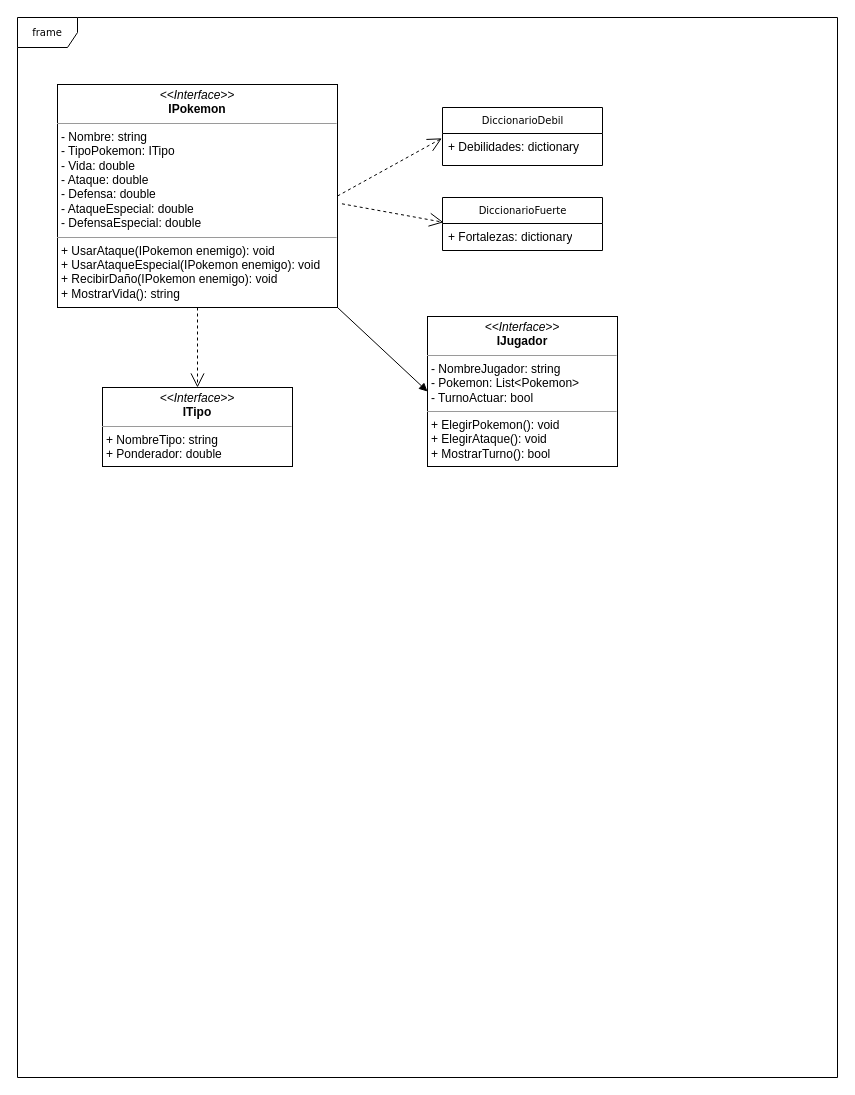
Above: EntregaUno/Diagrama Primera Entrega.drawio in ucudal/pii_2024_2_equipo16 (draw.io), before the change. Source tidied: cells renumbered, new cells numbered last; positions are measured from the earlier drawing's top-left corner, leaving out a move shared by most shapes. Both pictures are drawn from the tidied source at 100%, with x=0, y=0 at pixel (17, 17).
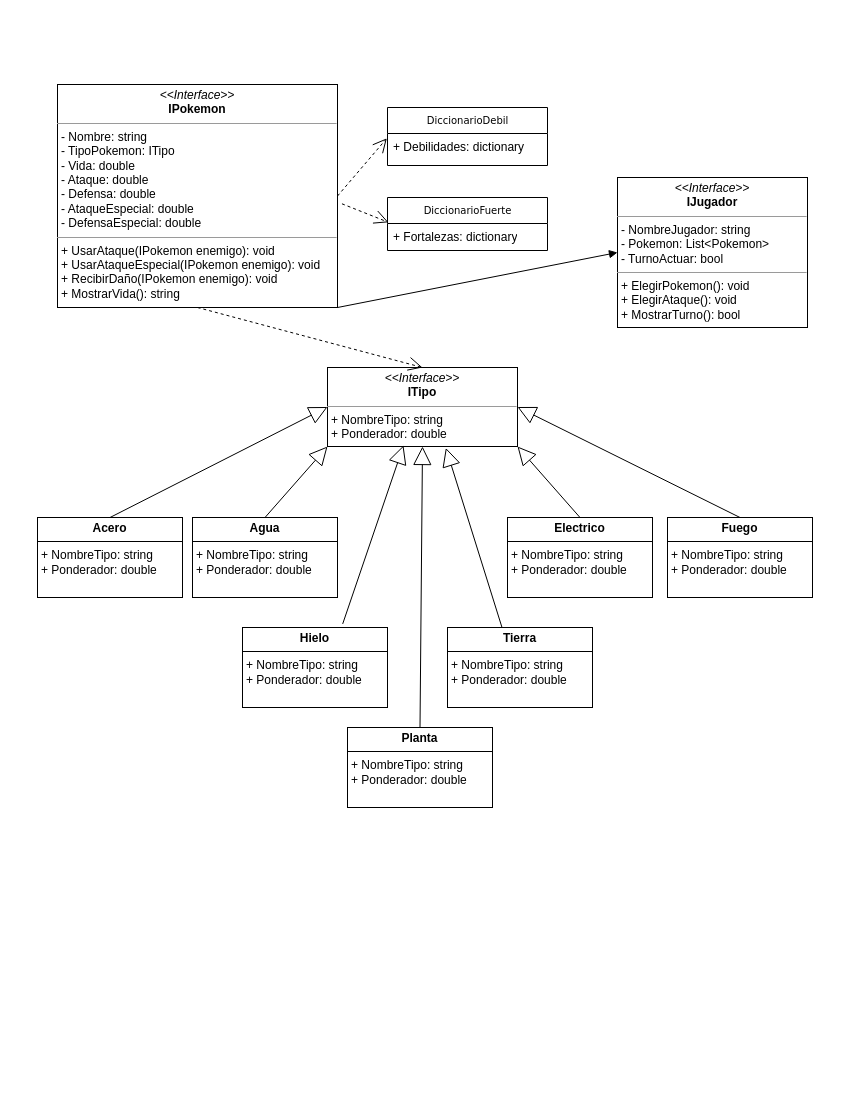
After the change.

The edit, as a diff of the source:
```diff
@@
-    <mxCell id="2" value="frame" style="shape=umlFrame;whiteSpace=wrap;html=1;rounded=0;shadow=0;comic=0;labelBackgroundColor=none;strokeWidth=1;fontFamily=Verdana;fontSize=10;align=center;" parent="1" vertex="1">
-      <mxGeometry width="820" height="1060" as="geometry" />
-    </mxCell>
     <mxCell id="3" value="DiccionarioDebil" style="swimlane;html=1;fontStyle=0;horizontal=1;startSize=26;fillColor=none;swimlaneFillColor=#ffffff;rounded=0;shadow=0;comic=0;labelBackgroundColor=none;strokeWidth=1;fontFamily=Verdana;fontSize=10;align=center;" parent="1" vertex="1">
-      <mxGeometry x="425" y="90" width="160" height="58" as="geometry" />
+      <mxGeometry x="370" y="90" width="160" height="58" as="geometry" />
     </mxCell>
@@
     <mxCell id="5" value="DiccionarioFuerte" style="swimlane;html=1;fontStyle=0;horizontal=1;startSize=26;fillColor=none;swimlaneFillColor=#ffffff;rounded=0;shadow=0;comic=0;labelBackgroundColor=none;strokeWidth=1;fontFamily=Verdana;fontSize=10;align=center;" parent="1" vertex="1">
-      <mxGeometry x="425" y="180" width="160" height="53" as="geometry" />
+      <mxGeometry x="370" y="180" width="160" height="53" as="geometry" />
     </mxCell>
@@
     <mxCell id="7" value="&lt;p style=&quot;margin:0px;margin-top:4px;text-align:center;&quot;&gt;&lt;i&gt;&amp;lt;&amp;lt;Interface&amp;gt;&amp;gt;&lt;/i&gt;&lt;br&gt;&lt;b&gt;IJugador&lt;/b&gt;&lt;/p&gt;&lt;hr size=&quot;1&quot;&gt;&lt;p style=&quot;margin:0px;margin-left:4px;&quot;&gt;- NombreJugador: string&lt;br&gt;- Pokemon: List&amp;lt;Pokemon&amp;gt;&lt;/p&gt;&lt;p style=&quot;margin:0px;margin-left:4px;&quot;&gt;- TurnoActuar: bool&lt;/p&gt;&lt;hr size=&quot;1&quot;&gt;&lt;p style=&quot;margin:0px;margin-left:4px;&quot;&gt;+ ElegirPokemon(): void&lt;br&gt;+ ElegirAtaque(): void&lt;/p&gt;&lt;p style=&quot;margin:0px;margin-left:4px;&quot;&gt;+ MostrarTurno(): bool&lt;/p&gt;" style="verticalAlign=top;align=left;overflow=fill;fontSize=12;fontFamily=Helvetica;html=1;rounded=0;shadow=0;comic=0;labelBackgroundColor=none;strokeWidth=1;" parent="1" vertex="1">
-      <mxGeometry x="410" y="299" width="190" height="150" as="geometry" />
+      <mxGeometry x="600" y="160" width="190" height="150" as="geometry" />
     </mxCell>
@@
     <mxCell id="9" value="&lt;p style=&quot;margin:0px;margin-top:4px;text-align:center;&quot;&gt;&lt;i&gt;&amp;lt;&amp;lt;Interface&amp;gt;&amp;gt;&lt;/i&gt;&lt;br&gt;&lt;b&gt;ITipo&lt;/b&gt;&lt;/p&gt;&lt;hr size=&quot;1&quot;&gt;&lt;p style=&quot;margin:0px;margin-left:4px;&quot;&gt;+ NombreTipo: string&lt;br&gt;+ Ponderador: double&lt;/p&gt;&lt;hr size=&quot;1&quot;&gt;&lt;p style=&quot;margin:0px;margin-left:4px;&quot;&gt;&lt;br&gt;&lt;/p&gt;" style="verticalAlign=top;align=left;overflow=fill;fontSize=12;fontFamily=Helvetica;html=1;rounded=0;shadow=0;comic=0;labelBackgroundColor=none;strokeWidth=1;" parent="1" vertex="1">
-      <mxGeometry x="85" y="370" width="190" height="79" as="geometry" />
+      <mxGeometry x="310" y="350" width="190" height="79" as="geometry" />
     </mxCell>
@@
+    <mxCell id="14" value="&lt;p style=&quot;margin:0px;margin-top:4px;text-align:center;&quot;&gt;&lt;b&gt;Acero&lt;/b&gt;&lt;/p&gt;&lt;hr size=&quot;1&quot; style=&quot;border-style:solid;&quot;&gt;&lt;p style=&quot;margin:0px;margin-left:4px;&quot;&gt;+ NombreTipo: string&lt;/p&gt;&lt;p style=&quot;margin:0px;margin-left:4px;&quot;&gt;+ Ponderador: double&lt;/p&gt;" style="verticalAlign=top;align=left;overflow=fill;html=1;whiteSpace=wrap;" parent="1" vertex="1">
+      <mxGeometry x="20" y="500" width="145" height="80" as="geometry" />
+    </mxCell>
+    <mxCell id="15" style="endArrow=block;endSize=16;endFill=0;html=1;rounded=0;exitX=0.5;exitY=0;exitDx=0;exitDy=0;entryX=0;entryY=0.5;entryDx=0;entryDy=0;" parent="1" edge="1" source="14" target="9">
+      <mxGeometry relative="1" as="geometry" />
+    </mxCell>
+    <mxCell id="16" value="&lt;p style=&quot;margin:0px;margin-top:4px;text-align:center;&quot;&gt;&lt;b&gt;Agua&lt;/b&gt;&lt;/p&gt;&lt;hr size=&quot;1&quot; style=&quot;border-style:solid;&quot;&gt;&lt;p style=&quot;margin: 0px 0px 0px 4px;&quot;&gt;+ NombreTipo: string&lt;/p&gt;&lt;p style=&quot;margin: 0px 0px 0px 4px;&quot;&gt;+ Ponderador: double&lt;/p&gt;" style="verticalAlign=top;align=left;overflow=fill;html=1;whiteSpace=wrap;" parent="1" vertex="1">
+      <mxGeometry x="175" y="500" width="145" height="80" as="geometry" />
+    </mxCell>
+    <mxCell id="17" value="&lt;p style=&quot;margin:0px;margin-top:4px;text-align:center;&quot;&gt;&lt;b&gt;Electrico&lt;/b&gt;&lt;/p&gt;&lt;hr size=&quot;1&quot; style=&quot;border-style:solid;&quot;&gt;&lt;p style=&quot;margin: 0px 0px 0px 4px;&quot;&gt;+ NombreTipo: string&lt;/p&gt;&lt;p style=&quot;margin: 0px 0px 0px 4px;&quot;&gt;+ Ponderador: double&lt;/p&gt;" style="verticalAlign=top;align=left;overflow=fill;html=1;whiteSpace=wrap;" parent="1" vertex="1">
+      <mxGeometry x="490" y="500" width="145" height="80" as="geometry" />
+    </mxCell>
+    <mxCell id="18" value="&lt;p style=&quot;margin:0px;margin-top:4px;text-align:center;&quot;&gt;&lt;b&gt;Fuego&lt;/b&gt;&lt;/p&gt;&lt;hr size=&quot;1&quot; style=&quot;border-style:solid;&quot;&gt;&lt;p style=&quot;margin: 0px 0px 0px 4px;&quot;&gt;+ NombreTipo: string&lt;/p&gt;&lt;p style=&quot;margin: 0px 0px 0px 4px;&quot;&gt;+ Ponderador: double&lt;/p&gt;" style="verticalAlign=top;align=left;overflow=fill;html=1;whiteSpace=wrap;" parent="1" vertex="1">
+      <mxGeometry x="650" y="500" width="145" height="80" as="geometry" />
+    </mxCell>
+    <mxCell id="19" value="&lt;p style=&quot;margin:0px;margin-top:4px;text-align:center;&quot;&gt;&lt;b&gt;Hielo&lt;/b&gt;&lt;/p&gt;&lt;hr size=&quot;1&quot; style=&quot;border-style:solid;&quot;&gt;&lt;p style=&quot;margin: 0px 0px 0px 4px;&quot;&gt;+ NombreTipo: string&lt;/p&gt;&lt;p style=&quot;margin: 0px 0px 0px 4px;&quot;&gt;+ Ponderador: double&lt;/p&gt;" style="verticalAlign=top;align=left;overflow=fill;html=1;whiteSpace=wrap;" parent="1" vertex="1">
+      <mxGeometry x="225" y="610" width="145" height="80" as="geometry" />
+    </mxCell>
+    <mxCell id="20" value="&lt;p style=&quot;margin:0px;margin-top:4px;text-align:center;&quot;&gt;&lt;b&gt;Planta&lt;/b&gt;&lt;/p&gt;&lt;hr size=&quot;1&quot; style=&quot;border-style:solid;&quot;&gt;&lt;p style=&quot;margin: 0px 0px 0px 4px;&quot;&gt;+ NombreTipo: string&lt;/p&gt;&lt;p style=&quot;margin: 0px 0px 0px 4px;&quot;&gt;+ Ponderador: double&lt;/p&gt;" style="verticalAlign=top;align=left;overflow=fill;html=1;whiteSpace=wrap;" parent="1" vertex="1">
+      <mxGeometry x="330" y="710" width="145" height="80" as="geometry" />
+    </mxCell>
+    <mxCell id="21" style="endArrow=block;endSize=16;endFill=0;html=1;rounded=0;exitX=0.5;exitY=0;exitDx=0;exitDy=0;entryX=0;entryY=1;entryDx=0;entryDy=0;" parent="1" edge="1" source="16" target="9">
+      <mxGeometry relative="1" as="geometry" />
+    </mxCell>
+    <mxCell id="22" style="endArrow=block;endSize=16;endFill=0;html=1;rounded=0;exitX=0.5;exitY=0;exitDx=0;exitDy=0;entryX=1;entryY=1;entryDx=0;entryDy=0;" parent="1" edge="1" source="17" target="9">
+      <mxGeometry relative="1" as="geometry" />
+    </mxCell>
+    <mxCell id="23" style="endArrow=block;endSize=16;endFill=0;html=1;rounded=0;exitX=0.5;exitY=0;exitDx=0;exitDy=0;entryX=1;entryY=0.5;entryDx=0;entryDy=0;" parent="1" edge="1" source="18" target="9">
+      <mxGeometry relative="1" as="geometry" />
+    </mxCell>
+    <mxCell id="24" value="&lt;p style=&quot;margin:0px;margin-top:4px;text-align:center;&quot;&gt;&lt;b&gt;Tierra&lt;/b&gt;&lt;/p&gt;&lt;hr size=&quot;1&quot; style=&quot;border-style:solid;&quot;&gt;&lt;p style=&quot;margin: 0px 0px 0px 4px;&quot;&gt;+ NombreTipo: string&lt;/p&gt;&lt;p style=&quot;margin: 0px 0px 0px 4px;&quot;&gt;+ Ponderador: double&lt;/p&gt;" style="verticalAlign=top;align=left;overflow=fill;html=1;whiteSpace=wrap;" parent="1" vertex="1">
+      <mxGeometry x="430" y="610" width="145" height="80" as="geometry" />
+    </mxCell>
+    <mxCell id="25" style="endArrow=block;endSize=16;endFill=0;html=1;rounded=0;exitX=0.691;exitY=-0.045;exitDx=0;exitDy=0;entryX=0.4;entryY=0.987;entryDx=0;entryDy=0;exitPerimeter=0;entryPerimeter=0;" parent="1" edge="1" source="19" target="9">
+      <mxGeometry relative="1" as="geometry" />
+    </mxCell>
+    <mxCell id="26" style="endArrow=block;endSize=16;endFill=0;html=1;rounded=0;exitX=0.375;exitY=-0.005;exitDx=0;exitDy=0;entryX=0.623;entryY=1.018;entryDx=0;entryDy=0;entryPerimeter=0;exitPerimeter=0;" parent="1" edge="1" source="24" target="9">
+      <mxGeometry relative="1" as="geometry" />
+    </mxCell>
+    <mxCell id="27" style="endArrow=block;endSize=16;endFill=0;html=1;rounded=0;exitX=0.5;exitY=0;exitDx=0;exitDy=0;entryX=0.5;entryY=1;entryDx=0;entryDy=0;" parent="1" edge="1" source="20" target="9">
+      <mxGeometry relative="1" as="geometry" />
+    </mxCell>
```
